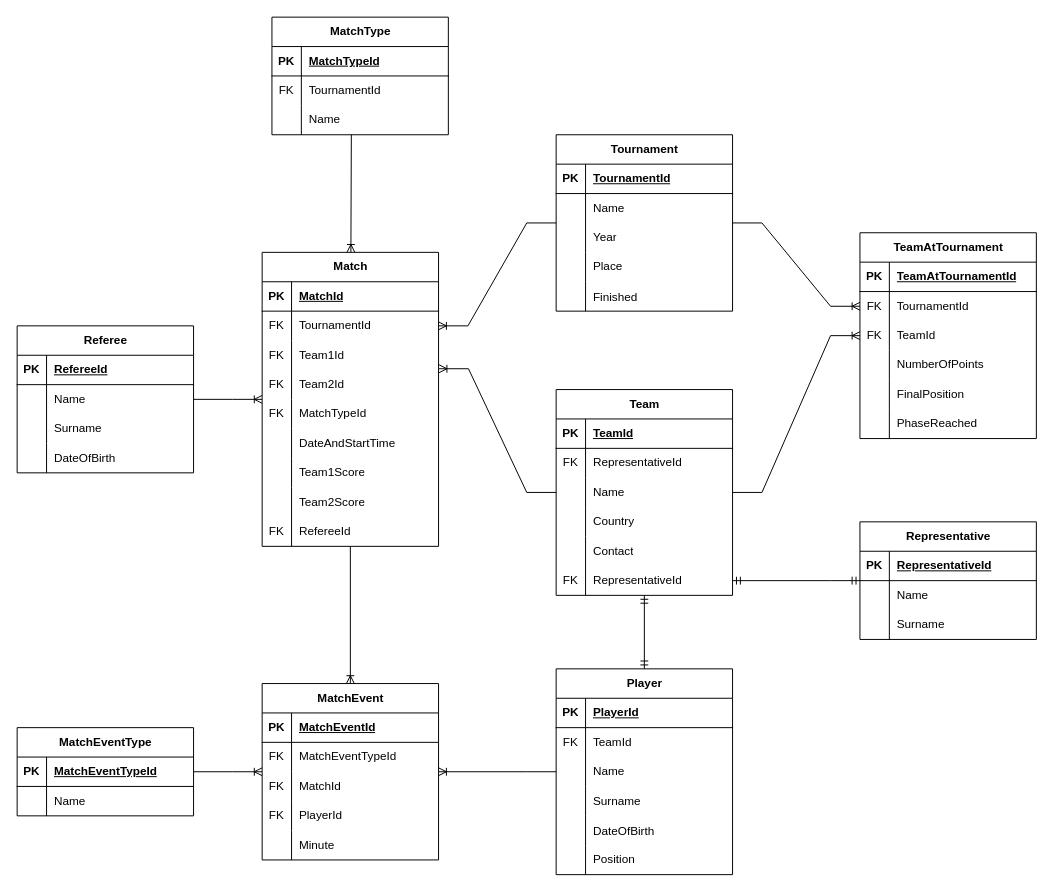
Earlier version of the draw.io diagram ER dijagram.drawio (miabarada/Internship-6-SQL2). Source tidied: cells renumbered, new cells numbered last; positions are measured from the earlier drawing's top-left corner, leaving out a move shared by most shapes. Both pictures are drawn from the tidied source at 98%, with x=0, y=0 at pixel (17, 17).
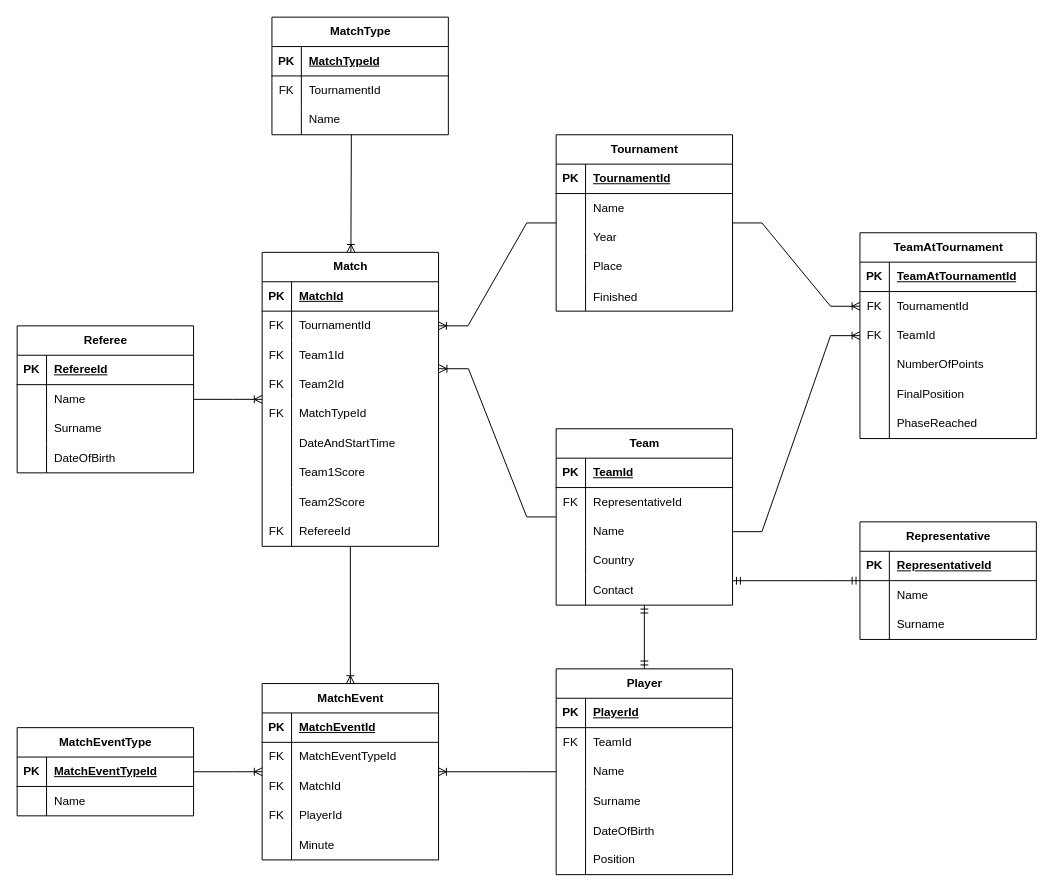
Above is the later version.

The change refers to these unchanged cells:
```xml
<mxCell id="31" style="shape=tableRow;horizontal=0;startSize=0;swimlaneHead=0;swimlaneBody=0;fillColor=none;points=[[0,0.5],[1,0.5]];portConstraint=eastwest;top=0;left=0;right=0;bottom=0;" parent="18" vertex="1">
  <mxGeometry y="150" width="180" height="30" as="geometry" />
</mxCell>
<mxCell id="37" value="Representative" style="shape=table;startSize=30;childLayout=tableLayout;rowLines=0;fontStyle=1;align=center;html=1;" parent="1" vertex="1">
  <mxGeometry x="860" y="515" width="180" height="120" as="geometry" />
</mxCell>
```

What changed in the source:
```diff
@@
     <mxCell id="18" value="Team" style="shape=table;startSize=30;childLayout=tableLayout;rowLines=0;fontStyle=1;align=center;html=1;" parent="1" vertex="1">
-      <mxGeometry x="550" y="380" width="180" height="210" as="geometry" />
+      <mxGeometry x="550" y="420" width="180" height="180" as="geometry" />
     </mxCell>
@@
-    <mxCell id="34" style="shape=tableRow;horizontal=0;startSize=0;swimlaneHead=0;swimlaneBody=0;fillColor=none;points=[[0,0.5],[1,0.5]];portConstraint=eastwest;top=0;left=0;right=0;bottom=0;" parent="18" vertex="1">
-      <mxGeometry y="180" width="180" height="30" as="geometry" />
-    </mxCell>
-    <mxCell id="35" value="FK" style="shape=partialRectangle;fillColor=none;top=0;left=0;bottom=0;right=0;fontStyle=0;overflow=hidden;whiteSpace=wrap;html=1;" parent="34" vertex="1">
-      <mxGeometry width="30" height="30" as="geometry" />
-    </mxCell>
-    <mxCell id="36" value="RepresentativeId" style="shape=partialRectangle;fillColor=none;top=0;left=0;bottom=0;right=0;align=left;spacingLeft=6;fontStyle=0;overflow=hidden;whiteSpace=wrap;html=1;" parent="34" vertex="1">
-      <mxGeometry x="30" width="150" height="30" as="geometry" />
-    </mxCell>
@@
-    <mxCell id="169" style="edgeStyle=entityRelationEdgeStyle;fontSize=12;html=1;endArrow=ERmandOne;startArrow=ERmandOne;rounded=0;exitX=1;exitY=0.5;exitDx=0;exitDy=0;" parent="1" edge="1" source="34" target="37">
+    <mxCell id="169" style="fontSize=12;html=1;endArrow=ERmandOne;startArrow=ERmandOne;rounded=0;exitX=1;exitY=0.169;exitDx=0;exitDy=0;exitPerimeter=0;" parent="1" edge="1" source="31" target="37">
       <mxGeometry relative="1" as="geometry" />
     </mxCell>
```
